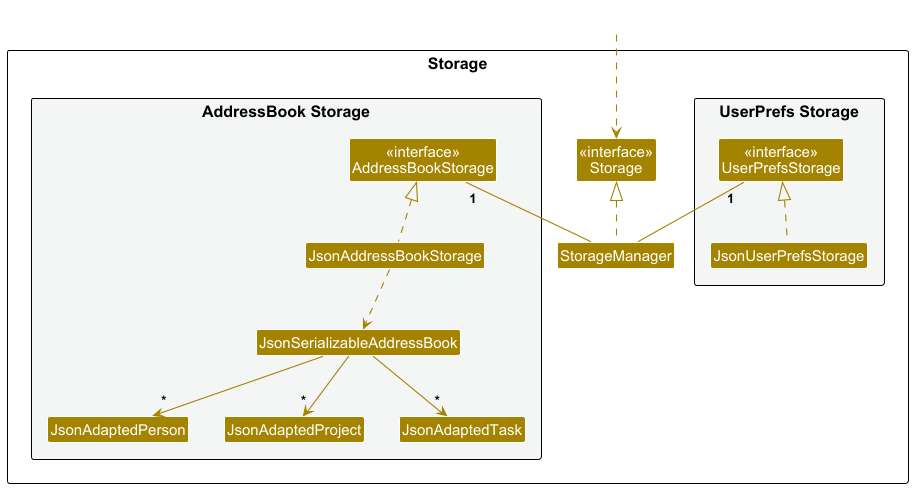
The PlantUML diagram docs/images/StorageClassDiagram.png in jiaqixu1/tp, before a commit.
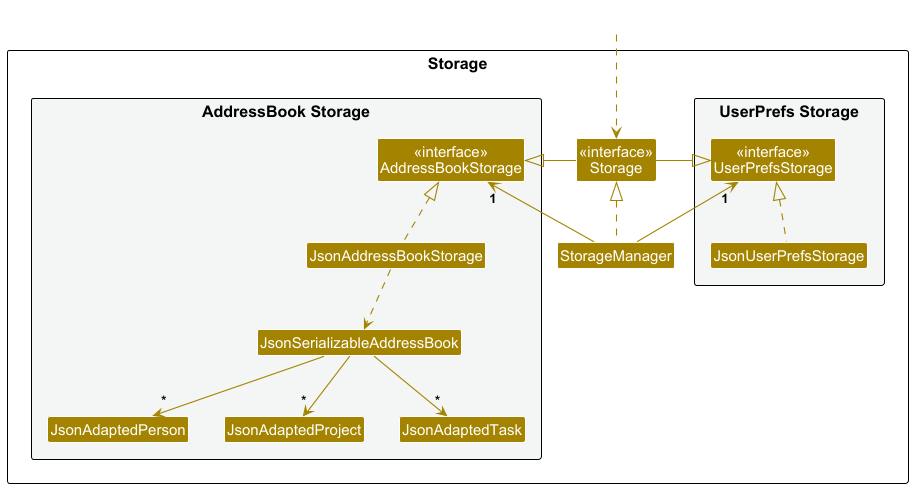
The same file after the commit.

The edit, as a diff of the source:
```diff
@@ -31,8 +31,11 @@
 HiddenOutside ..> Storage
 
 StorageManager .up.|> Storage
-StorageManager -up- "1" UserPrefsStorage
-StorageManager -up- "1" AddressBookStorage
+StorageManager -up-> "1" UserPrefsStorage
+StorageManager -up-> "1" AddressBookStorage
+
+Storage -left-|> UserPrefsStorage
+Storage -right-|> AddressBookStorage
 
 JsonUserPrefsStorage .up.|> UserPrefsStorage
 JsonAddressBookStorage .up.|> AddressBookStorage
```
